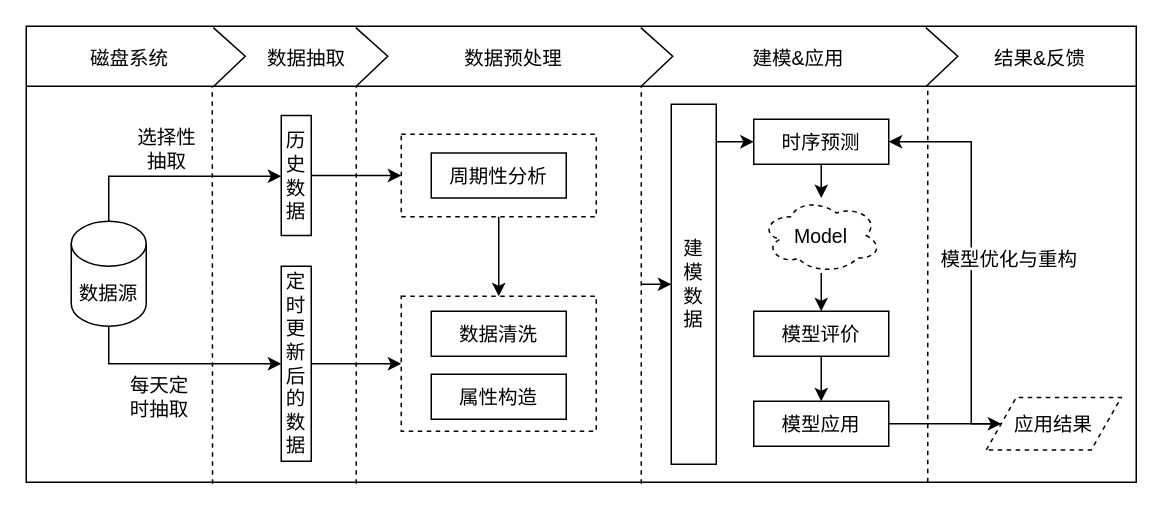
Before: 一种客户价值分析的方法、设备、存储介质.drawio in Eurkon/Diagrams, a draw.io diagram. Source tidied: cells renumbered, new cells numbered last; positions are measured from the earlier drawing's top-left corner, leaving out a move shared by most shapes. Both pictures are drawn from the tidied source at 150%, with x=0, y=0 at pixel (26, 26).
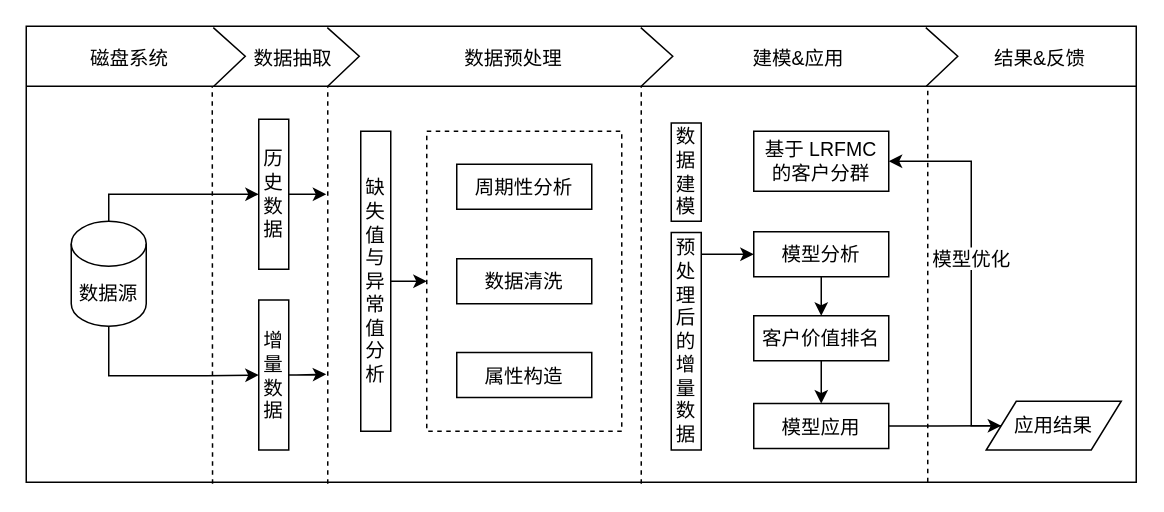
Above is the later version.

Commit message (it also covers changes not shown here):
更新一种客户价值分析的方法、设备、存储介质.drawio

The change refers to these unchanged cells:
```xml
<mxCell id="8" value="数据源" style="shape=cylinder3;whiteSpace=wrap;html=1;boundedLbl=1;backgroundOutline=1;size=15;fontSize=13;" parent="1" vertex="1">
  <mxGeometry x="30" y="130" width="50" height="70" as="geometry" />
</mxCell>
```

Diff of the diagram source:
```diff
@@
-    <mxCell id="3" style="edgeStyle=orthogonalEdgeStyle;rounded=0;jettySize=auto;html=1;entryX=0.5;entryY=0;entryDx=0;entryDy=0;fontSize=13;" parent="1" edge="1" source="4" target="5">
-      <mxGeometry relative="1" as="geometry" />
-    </mxCell>
-    <mxCell id="4" style="rounded=0;whiteSpace=wrap;html=1;dashed=1;fontSize=13;" parent="1" vertex="1">
-      <mxGeometry x="250" y="72" width="130" height="55" as="geometry" />
-    </mxCell>
-    <mxCell id="5" style="rounded=0;whiteSpace=wrap;html=1;dashed=1;fontSize=13;" parent="1" vertex="1">
-      <mxGeometry x="250" y="180" width="130" height="90" as="geometry" />
-    </mxCell>
-    <mxCell id="6" style="edgeStyle=orthogonalEdgeStyle;rounded=0;jettySize=auto;html=1;fontSize=13;" parent="1" edge="1" source="8" target="10">
+    <mxCell id="6" style="edgeStyle=orthogonalEdgeStyle;rounded=0;jettySize=auto;html=1;" parent="1" edge="1" source="8" target="10">
       <mxGeometry relative="1" as="geometry">
         <Array as="points">
-          <mxPoint x="55" y="100" />
+          <mxPoint x="55" y="112" />
         </Array>
       </mxGeometry>
     </mxCell>
-    <mxCell id="7" style="edgeStyle=orthogonalEdgeStyle;rounded=0;jettySize=auto;html=1;entryX=0;entryY=0.5;entryDx=0;entryDy=0;fontSize=13;" parent="1" edge="1" source="8" target="12">
+    <mxCell id="7" style="edgeStyle=orthogonalEdgeStyle;rounded=0;jettySize=auto;html=1;entryX=0;entryY=0.5;entryDx=0;entryDy=0;" parent="1" edge="1" source="8" target="12">
       <mxGeometry relative="1" as="geometry">
         <Array as="points">
-          <mxPoint x="55" y="225" />
+          <mxPoint x="55" y="233" />
+          <mxPoint x="120" y="233" />
         </Array>
       </mxGeometry>
     </mxCell>
@@
-    <mxCell id="9" style="edgeStyle=orthogonalEdgeStyle;rounded=0;jettySize=auto;html=1;entryX=0;entryY=0.5;entryDx=0;entryDy=0;fontSize=13;" parent="1" edge="1" source="10" target="4">
-      <mxGeometry relative="1" as="geometry" />
-    </mxCell>
+    <mxCell id="46" style="edgeStyle=orthogonalEdgeStyle;rounded=0;jettySize=auto;html=1;" parent="1" edge="1" source="10">
+      <mxGeometry relative="1" as="geometry">
+        <mxPoint x="200" y="112" as="targetPoint" />
+        <Array as="points">
+          <mxPoint x="199" y="112" />
+          <mxPoint x="199" y="112" />
+        </Array>
+      </mxGeometry>
+    </mxCell>
     <mxCell id="10" value="历史数据" style="rounded=0;whiteSpace=wrap;html=1;horizontal=1;fontSize=13;" parent="1" vertex="1">
-      <mxGeometry x="170" y="59.5" width="20" height="80" as="geometry" />
+      <mxGeometry x="155" y="62" width="20" height="100" as="geometry" />
     </mxCell>
-    <mxCell id="11" style="edgeStyle=orthogonalEdgeStyle;rounded=0;jettySize=auto;html=1;exitX=1;exitY=0.5;exitDx=0;exitDy=0;entryX=0;entryY=0.5;entryDx=0;entryDy=0;fontSize=13;" parent="1" edge="1" source="12" target="5">
-      <mxGeometry relative="1" as="geometry" />
-    </mxCell>
+    <mxCell id="47" style="edgeStyle=orthogonalEdgeStyle;rounded=0;jettySize=auto;html=1;" parent="1" edge="1" source="12">
+      <mxGeometry relative="1" as="geometry">
+        <mxPoint x="200" y="232" as="targetPoint" />
+      </mxGeometry>
+    </mxCell>
-    <mxCell id="12" value="定时更新后的数据" style="rounded=0;whiteSpace=wrap;html=1;fontSize=13;" parent="1" vertex="1">
-      <mxGeometry x="170" y="160" width="20" height="130" as="geometry" />
+    <mxCell id="12" value="增量数据" style="rounded=0;whiteSpace=wrap;html=1;fontSize=13;" parent="1" vertex="1">
+      <mxGeometry x="155" y="182.5" width="20" height="100" as="geometry" />
     </mxCell>
-    <mxCell id="13" value="周期性分析" style="rounded=0;whiteSpace=wrap;html=1;fontSize=13;" parent="1" vertex="1">
-      <mxGeometry x="270" y="84.5" width="90" height="30" as="geometry" />
-    </mxCell>
-    <mxCell id="14" value="属性构造" style="rounded=0;whiteSpace=wrap;html=1;fontSize=13;" parent="1" vertex="1">
-      <mxGeometry x="270" y="232" width="90" height="30" as="geometry" />
-    </mxCell>
-    <mxCell id="15" value="数据清洗" style="rounded=0;whiteSpace=wrap;html=1;fontSize=13;" parent="1" vertex="1">
-      <mxGeometry x="270" y="190" width="90" height="30" as="geometry" />
-    </mxCell>
-    <mxCell id="16" style="edgeStyle=orthogonalEdgeStyle;rounded=0;jettySize=auto;html=1;fontSize=13;" parent="1" edge="1" source="17" target="27">
-      <mxGeometry relative="1" as="geometry" />
-    </mxCell>
-    <mxCell id="17" value="时序预测" style="rounded=0;whiteSpace=wrap;html=1;fontSize=13;" parent="1" vertex="1">
-      <mxGeometry x="485" y="62" width="90" height="30" as="geometry" />
+    <mxCell id="17" value="基于 LRFMC 的客户分群" style="rounded=0;whiteSpace=wrap;html=1;fontSize=13;" parent="1" vertex="1">
+      <mxGeometry x="485" y="70" width="90" height="40" as="geometry" />
     </mxCell>
-    <mxCell id="18" style="edgeStyle=orthogonalEdgeStyle;rounded=0;jettySize=auto;html=1;exitX=1;exitY=0.25;exitDx=0;exitDy=0;entryX=0;entryY=0.5;entryDx=0;entryDy=0;fontSize=13;" parent="1" edge="1" source="19" target="17">
-      <mxGeometry relative="1" as="geometry">
-        <Array as="points">
-          <mxPoint x="460" y="77" />
-        </Array>
-      </mxGeometry>
-    </mxCell>
-    <mxCell id="19" value="建&lt;br&gt;模&lt;br&gt;数&lt;br&gt;据" style="rounded=0;whiteSpace=wrap;html=1;fontSize=13;" parent="1" vertex="1">
-      <mxGeometry x="430" y="52" width="30" height="240" as="geometry" />
-    </mxCell>
-    <mxCell id="20" style="edgeStyle=orthogonalEdgeStyle;rounded=0;jettySize=auto;html=1;fontSize=13;" parent="1" edge="1" source="21" target="23">
+    <mxCell id="20" style="edgeStyle=orthogonalEdgeStyle;rounded=0;jettySize=auto;html=1;" parent="1" edge="1" source="21" target="23">
       <mxGeometry relative="1" as="geometry" />
     </mxCell>
-    <mxCell id="21" value="模型评价" style="rounded=0;whiteSpace=wrap;html=1;fontSize=13;" parent="1" vertex="1">
-      <mxGeometry x="485" y="190" width="90" height="30" as="geometry" />
+    <mxCell id="21" value="客户价值排名" style="rounded=0;whiteSpace=wrap;html=1;fontSize=13;" parent="1" vertex="1">
+      <mxGeometry x="485" y="193" width="90" height="30" as="geometry" />
     </mxCell>
@@
     <mxCell id="23" value="模型应用" style="rounded=0;whiteSpace=wrap;html=1;fontSize=13;" parent="1" vertex="1">
-      <mxGeometry x="485" y="250" width="90" height="30" as="geometry" />
+      <mxGeometry x="485" y="251.5" width="90" height="30" as="geometry" />
     </mxCell>
-    <mxCell id="24" style="edgeStyle=orthogonalEdgeStyle;rounded=0;jettySize=auto;html=1;entryX=1;entryY=0.5;entryDx=0;entryDy=0;fontSize=13;" parent="1" edge="1" source="25" target="17">
+    <mxCell id="24" style="edgeStyle=orthogonalEdgeStyle;rounded=0;jettySize=auto;html=1;entryX=1;entryY=0.5;entryDx=0;entryDy=0;fontSize=13;exitX=0;exitY=0.5;exitDx=0;exitDy=0;" parent="1" edge="1" source="25">
       <mxGeometry relative="1" as="geometry">
+        <mxPoint x="575" y="90" as="targetPoint" />
         <Array as="points">
-          <mxPoint x="630" y="265" />
-          <mxPoint x="630" y="77" />
+          <mxPoint x="630" y="266" />
+          <mxPoint x="630" y="90" />
         </Array>
       </mxGeometry>
     </mxCell>
-    <mxCell id="25" value="应用结果" style="shape=parallelogram;perimeter=parallelogramPerimeter;whiteSpace=wrap;html=1;fixedSize=1;dashed=1;fontSize=13;" parent="1" vertex="1">
-      <mxGeometry x="640" y="247.5" width="90" height="35" as="geometry" />
+    <mxCell id="25" value="应用结果" style="shape=parallelogram;perimeter=parallelogramPerimeter;whiteSpace=wrap;html=1;fixedSize=1;fontSize=13;" parent="1" vertex="1">
+      <mxGeometry x="640" y="250" width="90" height="32.5" as="geometry" />
     </mxCell>
-    <mxCell id="26" style="edgeStyle=orthogonalEdgeStyle;rounded=0;jettySize=auto;html=1;fontSize=13;" parent="1" edge="1" source="27" target="21">
-      <mxGeometry relative="1" as="geometry" />
-    </mxCell>
-    <mxCell id="27" value="Model" style="ellipse;shape=cloud;whiteSpace=wrap;html=1;dashed=1;fontSize=13;" parent="1" vertex="1">
-      <mxGeometry x="490" y="114.5" width="80" height="50" as="geometry" />
-    </mxCell>
-    <mxCell id="28" value="每天定时抽取" style="text;html=1;strokeColor=none;fillColor=none;align=center;verticalAlign=middle;whiteSpace=wrap;rounded=0;dashed=1;fontSize=13;" parent="1" vertex="1">
-      <mxGeometry x="64" y="237" width="50" height="20" as="geometry" />
-    </mxCell>
-    <mxCell id="29" value="选择性抽取" style="text;html=1;strokeColor=none;fillColor=none;align=center;verticalAlign=middle;whiteSpace=wrap;rounded=0;dashed=1;fontSize=13;" parent="1" vertex="1">
-      <mxGeometry x="69" y="72" width="50" height="20" as="geometry" />
-    </mxCell>
@@
     <mxCell id="31" style="endArrow=none;dashed=1;html=1;fontSize=13;exitX=0.145;exitY=1.003;exitDx=0;exitDy=0;exitPerimeter=0;" parent="1" edge="1">
       <mxGeometry relative="1" as="geometry">
-        <mxPoint x="220" y="305" as="sourcePoint" />
-        <mxPoint x="220" y="40" as="targetPoint" />
+        <mxPoint x="201" y="305" as="sourcePoint" />
+        <mxPoint x="201" y="40" as="targetPoint" />
       </mxGeometry>
     </mxCell>
@@
-    <mxCell id="34" style="endArrow=classic;html=1;fontSize=13;entryX=0;entryY=0.5;entryDx=0;entryDy=0;" parent="1" edge="1" target="19">
-      <mxGeometry relative="1" as="geometry">
-        <mxPoint x="410" y="172" as="sourcePoint" />
-      </mxGeometry>
-    </mxCell>
-    <mxCell id="35" value="模型优化与重构" style="text;html=1;strokeColor=none;fillColor=none;align=center;verticalAlign=middle;whiteSpace=wrap;rounded=0;fontSize=13;labelBackgroundColor=#ffffff;" parent="1" vertex="1">
-      <mxGeometry x="601" y="144.5" width="109" height="20" as="geometry" />
+    <mxCell id="35" value="模型优化" style="text;html=1;strokeColor=none;fillColor=none;align=center;verticalAlign=middle;whiteSpace=wrap;rounded=0;fontSize=13;labelBackgroundColor=#ffffff;" parent="1" vertex="1">
+      <mxGeometry x="598" y="144.5" width="65" height="20" as="geometry" />
     </mxCell>
@@
     <mxCell id="39" style="endArrow=none;html=1;fontSize=13;entryX=0.809;entryY=0.003;entryDx=0;entryDy=0;entryPerimeter=0;rounded=0;" parent="1" edge="1">
       <mxGeometry relative="1" as="geometry">
-        <mxPoint x="220" y="40" as="sourcePoint" />
-        <mxPoint x="219.7" y="0.9" as="targetPoint" />
+        <mxPoint x="201" y="40" as="sourcePoint" />
+        <mxPoint x="200.7" y="0.9" as="targetPoint" />
         <Array as="points">
-          <mxPoint x="241" y="20" />
+          <mxPoint x="222" y="20" />
         </Array>
       </mxGeometry>
     </mxCell>
@@
     <mxCell id="44" value="数据抽取" style="text;html=1;strokeColor=none;fillColor=none;align=center;verticalAlign=middle;whiteSpace=wrap;rounded=0;labelBackgroundColor=#ffffff;fontSize=13;" parent="1" vertex="1">
-      <mxGeometry x="142" y="11" width="90" height="20" as="geometry" />
+      <mxGeometry x="133" y="11" width="90" height="20" as="geometry" />
     </mxCell>
@@
+    <mxCell id="48" style="group;" parent="1" vertex="1">
+      <mxGeometry x="267" y="70" width="130" height="200" as="geometry" />
+    </mxCell>
+    <mxCell id="5" style="rounded=0;whiteSpace=wrap;html=1;dashed=1;fontSize=13;" parent="48" vertex="1">
+      <mxGeometry width="130" height="200" as="geometry" />
+    </mxCell>
+    <mxCell id="13" value="周期性分析" style="rounded=0;whiteSpace=wrap;html=1;fontSize=13;" parent="48" vertex="1">
+      <mxGeometry x="20" y="22" width="90" height="30" as="geometry" />
+    </mxCell>
+    <mxCell id="14" value="属性构造" style="rounded=0;whiteSpace=wrap;html=1;fontSize=13;" parent="48" vertex="1">
+      <mxGeometry x="20" y="147.5" width="90" height="30" as="geometry" />
+    </mxCell>
+    <mxCell id="15" value="数据清洗" style="rounded=0;whiteSpace=wrap;html=1;fontSize=13;" parent="48" vertex="1">
+      <mxGeometry x="20" y="85" width="90" height="30" as="geometry" />
+    </mxCell>
+    <mxCell id="49" style="edgeStyle=orthogonalEdgeStyle;rounded=0;jettySize=auto;html=1;entryX=0;entryY=0.5;entryDx=0;entryDy=0;" parent="1" edge="1" source="50" target="5">
+      <mxGeometry relative="1" as="geometry" />
+    </mxCell>
+    <mxCell id="50" value="缺失值与异常值分析" style="rounded=0;whiteSpace=wrap;html=1;fontSize=13;" parent="1" vertex="1">
+      <mxGeometry x="223" y="70" width="20" height="200" as="geometry" />
+    </mxCell>
+    <mxCell id="51" value="数据建模" style="rounded=0;whiteSpace=wrap;html=1;horizontal=1;fontSize=13;" parent="1" vertex="1">
+      <mxGeometry x="430" y="64.5" width="20" height="65.5" as="geometry" />
+    </mxCell>
+    <mxCell id="52" style="edgeStyle=orthogonalEdgeStyle;rounded=0;jettySize=auto;html=1;" parent="1" edge="1" source="53" target="55">
+      <mxGeometry relative="1" as="geometry">
+        <Array as="points">
+          <mxPoint x="460" y="152" />
+          <mxPoint x="460" y="152" />
+        </Array>
+      </mxGeometry>
+    </mxCell>
+    <mxCell id="53" value="预处理后的增量数据" style="rounded=0;whiteSpace=wrap;html=1;horizontal=1;fontSize=13;" parent="1" vertex="1">
+      <mxGeometry x="430" y="137.5" width="20" height="145" as="geometry" />
+    </mxCell>
+    <mxCell id="54" style="edgeStyle=orthogonalEdgeStyle;rounded=0;jettySize=auto;html=1;" parent="1" edge="1" source="55" target="21">
+      <mxGeometry relative="1" as="geometry" />
+    </mxCell>
+    <mxCell id="55" value="模型分析" style="rounded=0;whiteSpace=wrap;html=1;fontSize=13;" parent="1" vertex="1">
+      <mxGeometry x="485" y="137" width="90" height="30" as="geometry" />
+    </mxCell>
```
